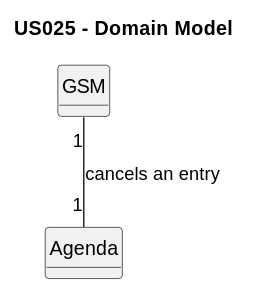
This is docs/sprintC/us025/02.analysis/svg/us025-domain-model.svg from Rui-San/LAPR2_2023_2024, a PlantUML export, as it was before one commit.
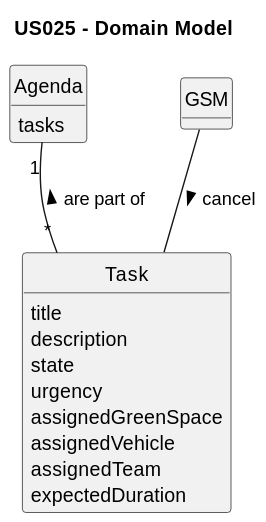
After the commit.

Diff of the diagram source:
```diff
@@ -3,22 +3,33 @@
 skinparam packageStyle rectangle
 skinparam shadowing false
 
-title US025 - Domain Model
+
 skinparam classAttributeIconSize 0
 
 hide circle
 hide methods
 
+title US025 - Domain Model
 
-class GSM {
 
+
+
+class Agenda{
+    tasks
 }
 
-class Agenda {
-
+class Task{
+    title
+    description
+    state
+    urgency
+    assignedGreenSpace
+    assignedVehicle
+    assignedTeam
+    expectedDuration
 }
 
 
-
-GSM "1" -- "1" Agenda : cancels an entry
+Task "*" -u- "1" Agenda : "are part of >"
+GSM -- Task : "cancel >"
 @enduml
```
